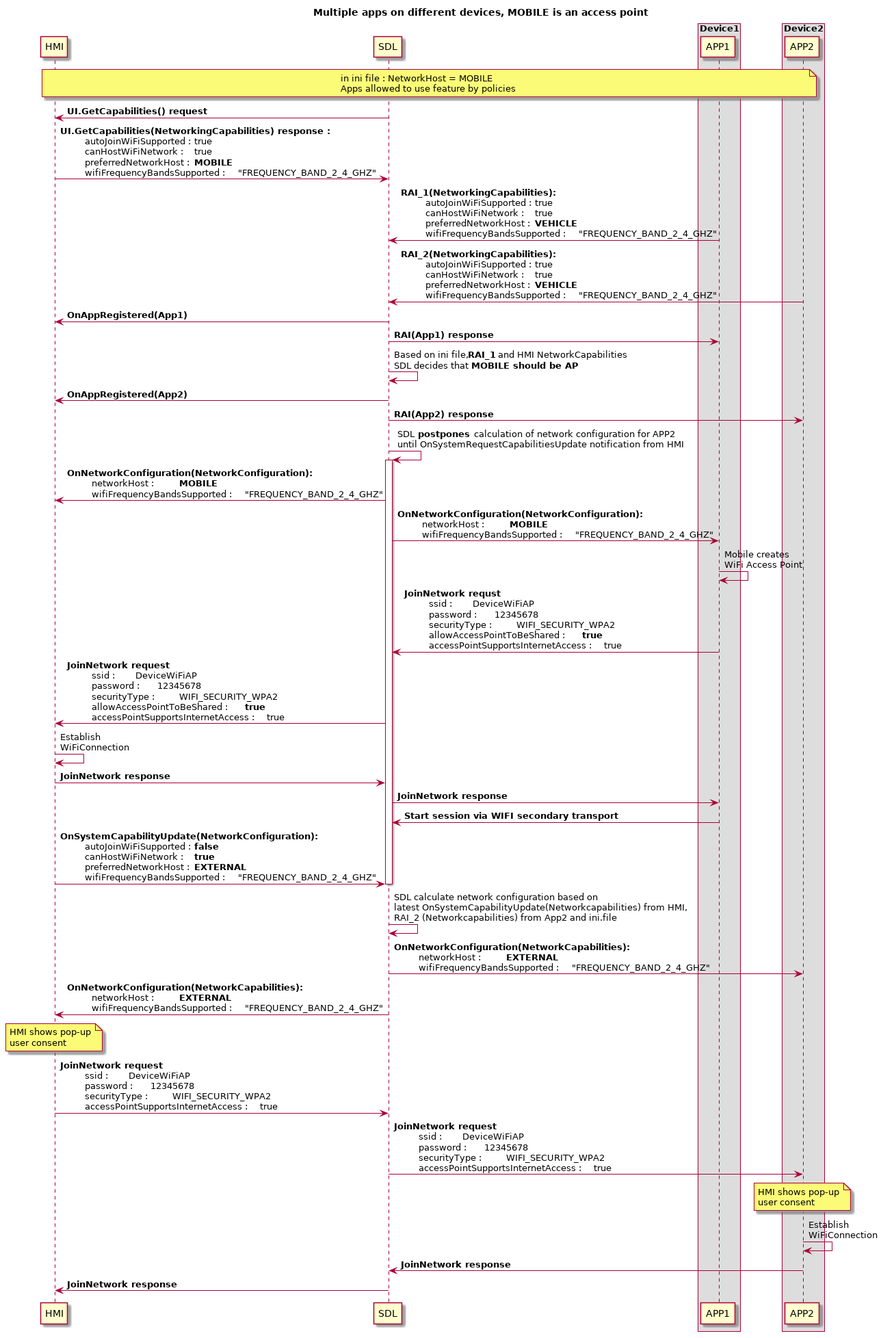
Before: assets/proposals/0245-sharing-wifi-ssid-and-password/mobile_access_point_multidev_externalhost.png, a diagram exported from PlantUML (smartdevicelink/sdl_evolution). Source of this version:
```plantuml
@startuml
!pragma teoz true

title Multiple apps on different devices, MOBILE is an access point
participant HMI
participant SDL
box "Device1"
participant APP1
end box
box "Device2"
participant APP2
end box

note over HMI, APP2: in ini file : NetworkHost = MOBILE \nApps allowed to use feature by policies

SDL -> HMI : <b>UI.GetCapabilities() request
HMI -> SDL : <b>UI.GetCapabilities(NetworkingCapabilities) response : \n\t autoJoinWiFiSupported : \t true \n\t canHostWiFiNetwork : \t true \n\t preferredNetworkHost : \t **MOBILE** \n\t wifiFrequencyBandsSupported : \t "FREQUENCY_BAND_2_4_GHZ"

APP1 -> SDL : <b>RAI_1(NetworkingCapabilities): \n\t autoJoinWiFiSupported : \t true \n\t canHostWiFiNetwork : \t true \n\t preferredNetworkHost : \t **VEHICLE** \n\t wifiFrequencyBandsSupported : \t "FREQUENCY_BAND_2_4_GHZ"

APP2 -> SDL : <b>RAI_2(NetworkingCapabilities): \n\t autoJoinWiFiSupported : \t true \n\t canHostWiFiNetwork : \t true \n\t preferredNetworkHost : \t **VEHICLE** \n\t wifiFrequencyBandsSupported : \t "FREQUENCY_BAND_2_4_GHZ"


SDL -> HMI : <b>OnAppRegistered(App1)
SDL -> APP1 : <b>RAI(App1) response

SDL -> SDL : Based on ini file, **RAI_1** and HMI NetworkCapabilities\nSDL decides that **MOBILE should be AP**

SDL -> HMI : <b>OnAppRegistered(App2)
SDL -> APP2 : <b>RAI(App2) response

SDL -> SDL : SDL **postpones** calculation of network configuration for APP2\nuntil OnSystemRequestCapabilitiesUpdate notification from HMI
activate SDL

SDL -> HMI:  <b>OnNetworkConfiguration(NetworkConfiguration): \n\t networkHost : \t **MOBILE** \n\t wifiFrequencyBandsSupported : \t "FREQUENCY_BAND_2_4_GHZ"

SDL -> APP1:  <b>OnNetworkConfiguration(NetworkConfiguration): \n\t networkHost : \t **MOBILE**\n\t wifiFrequencyBandsSupported : \t "FREQUENCY_BAND_2_4_GHZ"

APP1 -> APP1 : Mobile creates \nWiFi Access Point


APP1 -> SDL: <b>JoinNetwork requst \n\t ssid : \t DeviceWiFiAP \n\t password : \t 12345678 \n\t securityType : \t WIFI_SECURITY_WPA2 \n\t allowAccessPointToBeShared : \t **true** \n\t accessPointSupportsInternetAccess : \t true

SDL -> HMI: <b>JoinNetwork request \n\t ssid : \t DeviceWiFiAP \n\t password : \t 12345678 \n\t securityType : \t WIFI_SECURITY_WPA2 \n\t allowAccessPointToBeShared : \t **true** \n\t accessPointSupportsInternetAccess : \t true

HMI -> HMI : Establish \nWiFiConnection

HMI -> SDL : <b>JoinNetwork response
SDL -> APP1 : <b>JoinNetwork response

APP1 -> SDL : <b>Start session via WIFI secondary transport

HMI -> SDL:  <b>OnSystemCapabilityUpdate(NetworkConfiguration): \n\t autoJoinWiFiSupported : \t **false** \n\t canHostWiFiNetwork : \t **true**  \n\t preferredNetworkHost : \t **EXTERNAL** \n\t wifiFrequencyBandsSupported : \t "FREQUENCY_BAND_2_4_GHZ"

deactivate SDL

SDL -> SDL : SDL calculate network configuration based on \nlatest OnSystemCapabilityUpdate(Networkcapabilities) from HMI, \nRAI_2 (Networkcapabilities) from App2 and ini.file


SDL -> APP2:  <b>OnNetworkConfiguration(NetworkCapabilities): \n\t networkHost : \t **EXTERNAL** \n\t wifiFrequencyBandsSupported : \t "FREQUENCY_BAND_2_4_GHZ"

SDL -> HMI:  <b>OnNetworkConfiguration(NetworkCapabilities): \n\t networkHost : \t **EXTERNAL** \n\t wifiFrequencyBandsSupported : \t "FREQUENCY_BAND_2_4_GHZ"

note over HMI: HMI shows pop-up \nuser consent

HMI -> SDL: <b>JoinNetwork request \n\t ssid : \t DeviceWiFiAP \n\t password : \t 12345678 \n\t securityType : \t WIFI_SECURITY_WPA2 \n\t accessPointSupportsInternetAccess : \t true

SDL -> APP2: <b>JoinNetwork request\n\t ssid : \t DeviceWiFiAP \n\t password : \t 12345678 \n\t securityType : \t WIFI_SECURITY_WPA2 \n\t accessPointSupportsInternetAccess : \t true

note over APP2: HMI shows pop-up \nuser consent

APP2 -> APP2 : Establish \nWiFiConnection

APP2 -> SDL : <b>JoinNetwork response
SDL -> HMI : <b>JoinNetwork response

@enduml
```
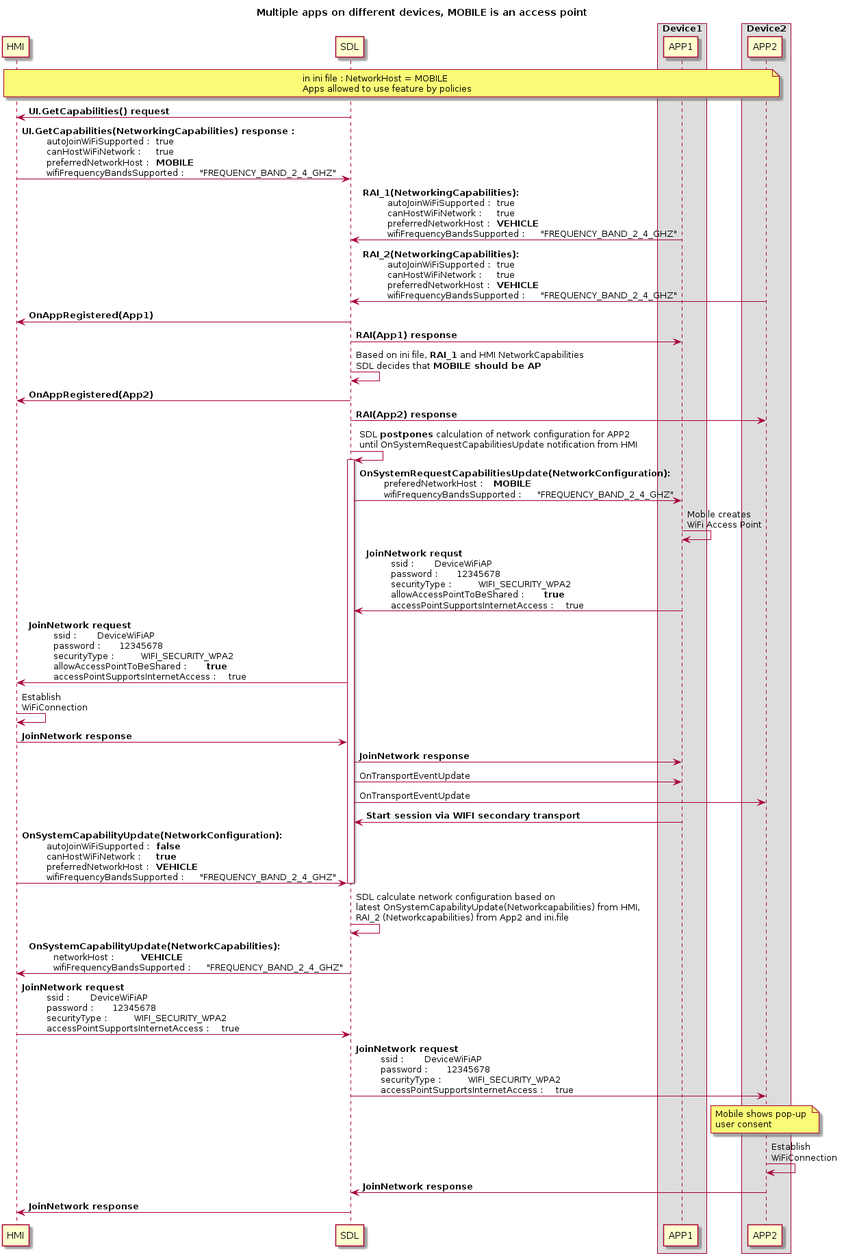
Later version of the same file.

The edit, as a diff of the source:
```diff
@@ -1,4 +1,4 @@
-@startuml
+@startuml ../assets/proposals/0245-sharing-wifi-ssid-and-password/mobile_access_point_multidev_externalhost
 !pragma teoz true
 
 title Multiple apps on different devices, MOBILE is an access point
@@ -32,12 +32,9 @@
 SDL -> SDL : SDL **postpones** calculation of network configuration for APP2\nuntil OnSystemRequestCapabilitiesUpdate notification from HMI
 activate SDL
 
-SDL -> HMI:  <b>OnNetworkConfiguration(NetworkConfiguration): \n\t networkHost : \t **MOBILE** \n\t wifiFrequencyBandsSupported : \t "FREQUENCY_BAND_2_4_GHZ"
-
-SDL -> APP1:  <b>OnNetworkConfiguration(NetworkConfiguration): \n\t networkHost : \t **MOBILE**\n\t wifiFrequencyBandsSupported : \t "FREQUENCY_BAND_2_4_GHZ"
+SDL -> APP1:  <b>OnSystemRequestCapabilitiesUpdate(NetworkConfiguration): \n\t preferedNetworkHost : \t **MOBILE**\n\t wifiFrequencyBandsSupported : \t "FREQUENCY_BAND_2_4_GHZ"
 
 APP1 -> APP1 : Mobile creates \nWiFi Access Point
-
 
 APP1 -> SDL: <b>JoinNetwork requst \n\t ssid : \t DeviceWiFiAP \n\t password : \t 12345678 \n\t securityType : \t WIFI_SECURITY_WPA2 \n\t allowAccessPointToBeShared : \t **true** \n\t accessPointSupportsInternetAccess : \t true
 
@@ -48,26 +45,24 @@
 HMI -> SDL : <b>JoinNetwork response
 SDL -> APP1 : <b>JoinNetwork response
 
+SDL-> APP1 : OnTransportEventUpdate
+SDL-> APP2 : OnTransportEventUpdate
 APP1 -> SDL : <b>Start session via WIFI secondary transport
 
-HMI -> SDL:  <b>OnSystemCapabilityUpdate(NetworkConfiguration): \n\t autoJoinWiFiSupported : \t **false** \n\t canHostWiFiNetwork : \t **true**  \n\t preferredNetworkHost : \t **EXTERNAL** \n\t wifiFrequencyBandsSupported : \t "FREQUENCY_BAND_2_4_GHZ"
+HMI -> SDL:  <b>OnSystemCapabilityUpdate(NetworkConfiguration): \n\t autoJoinWiFiSupported : \t **false** \n\t canHostWiFiNetwork : \t **true**  \n\t preferredNetworkHost : \t **VEHICLE** \n\t wifiFrequencyBandsSupported : \t "FREQUENCY_BAND_2_4_GHZ"
 
 deactivate SDL
 
 SDL -> SDL : SDL calculate network configuration based on \nlatest OnSystemCapabilityUpdate(Networkcapabilities) from HMI, \nRAI_2 (Networkcapabilities) from App2 and ini.file
 
 
-SDL -> APP2:  <b>OnNetworkConfiguration(NetworkCapabilities): \n\t networkHost : \t **EXTERNAL** \n\t wifiFrequencyBandsSupported : \t "FREQUENCY_BAND_2_4_GHZ"
-
-SDL -> HMI:  <b>OnNetworkConfiguration(NetworkCapabilities): \n\t networkHost : \t **EXTERNAL** \n\t wifiFrequencyBandsSupported : \t "FREQUENCY_BAND_2_4_GHZ"
-
-note over HMI: HMI shows pop-up \nuser consent
+SDL -> HMI:  <b>OnSystemCapabilityUpdate(NetworkCapabilities): \n\t networkHost : \t **VEHICLE** \n\t wifiFrequencyBandsSupported : \t "FREQUENCY_BAND_2_4_GHZ"
 
 HMI -> SDL: <b>JoinNetwork request \n\t ssid : \t DeviceWiFiAP \n\t password : \t 12345678 \n\t securityType : \t WIFI_SECURITY_WPA2 \n\t accessPointSupportsInternetAccess : \t true
 
 SDL -> APP2: <b>JoinNetwork request\n\t ssid : \t DeviceWiFiAP \n\t password : \t 12345678 \n\t securityType : \t WIFI_SECURITY_WPA2 \n\t accessPointSupportsInternetAccess : \t true
 
-note over APP2: HMI shows pop-up \nuser consent
+note over APP2: Mobile shows pop-up \nuser consent
 
 APP2 -> APP2 : Establish \nWiFiConnection
 
```
